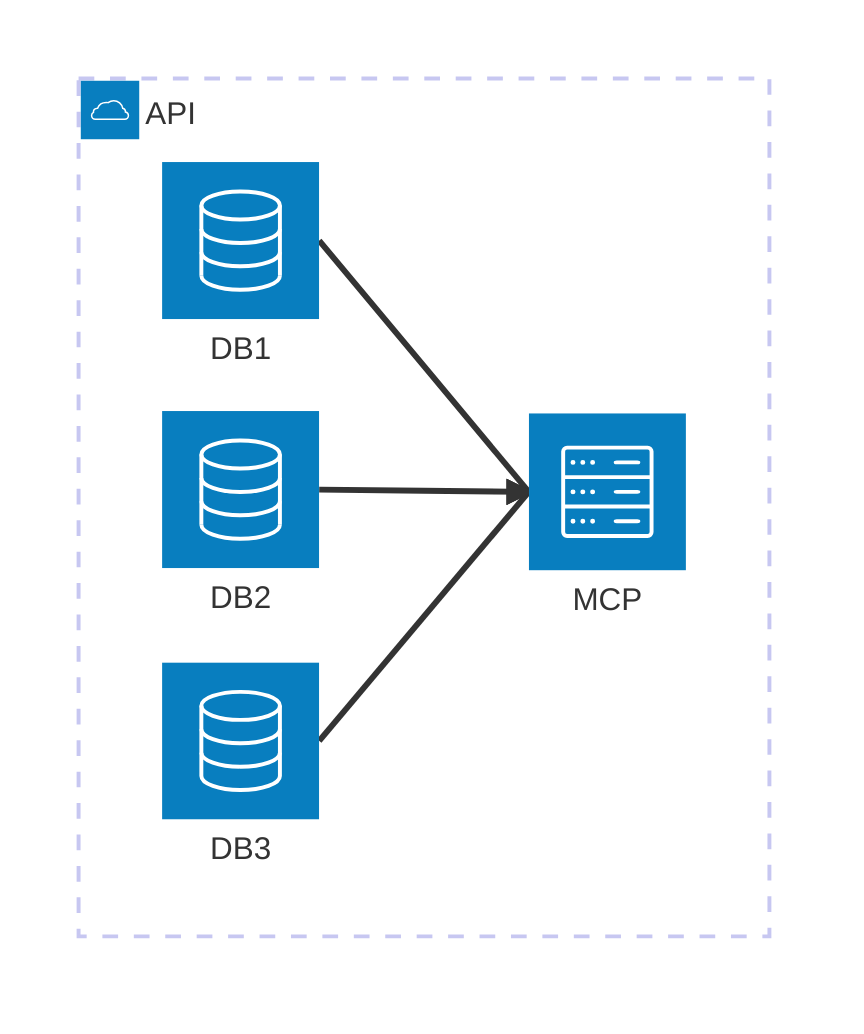
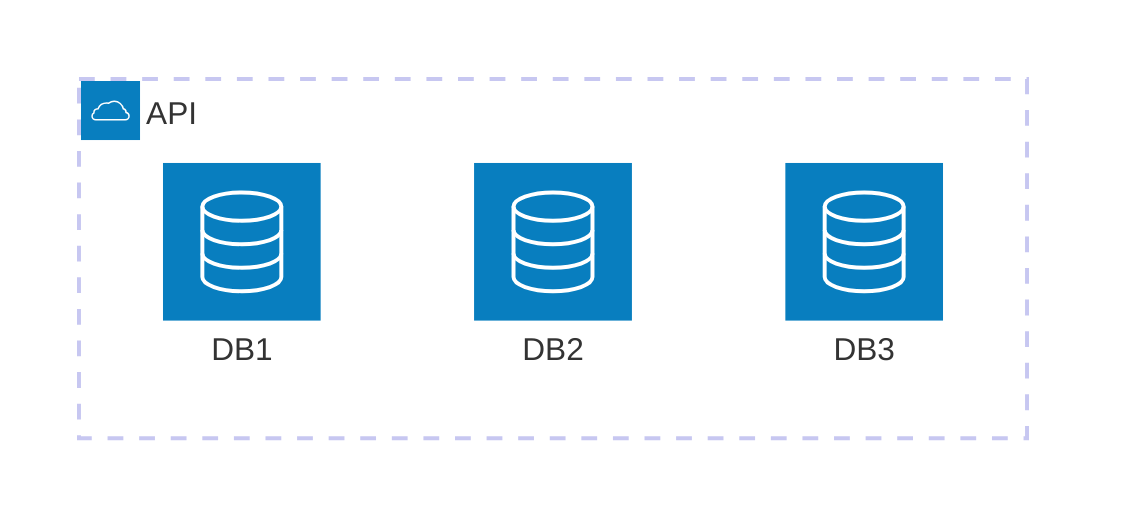
architecture-beta
+   title Aligned data services
  group api(cloud)[API]
  service db1(database)[DB1] in api
  service db2(database)[DB2] in api
  service db3(database)[DB3] in api
-   service mcp(server)[MCP] in api
-   db1:R --> L:mcp
-   db2:R --> L:mcp
-   db3:R --> L:mcp
-   align column db1 db2 db3
+   align row db1 db2 db3
